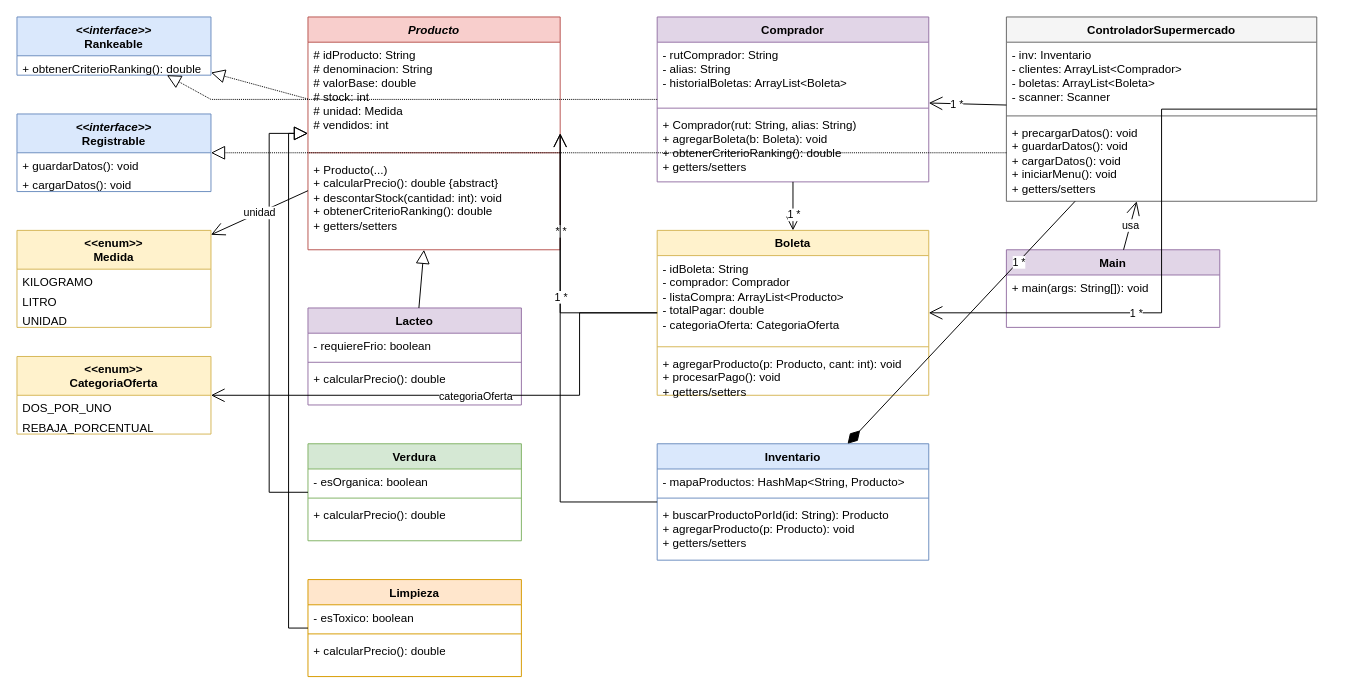
Earlier version of the draw.io diagram diagrama_clases.drawio (Sebiita/Proyecto-de-prograavanzada). Source tidied: cells renumbered, new cells numbered last; positions are measured from the earlier drawing's top-left corner, leaving out a move shared by most shapes. Both pictures are drawn from the tidied source at 97%, with x=0, y=0 at pixel (16, 16).
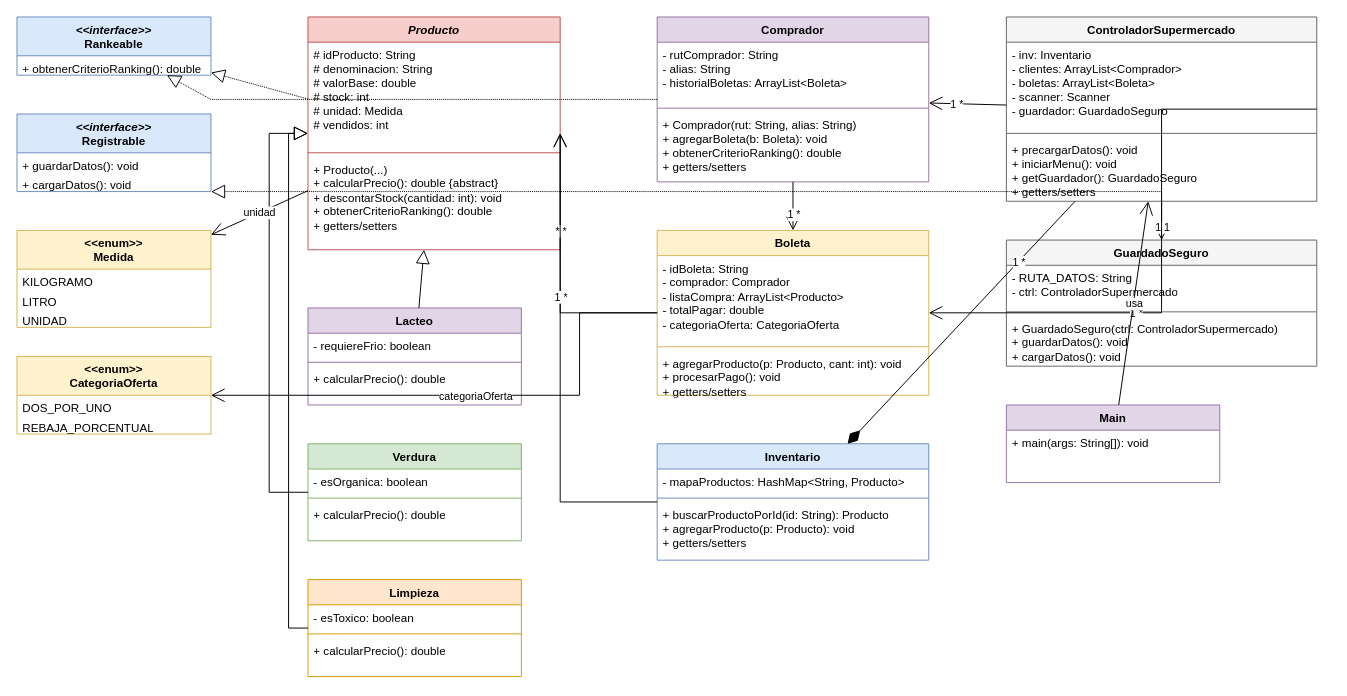
The same diagram, later.

Commit message (it also covers changes not shown here):
Actualiza diagrama UML e informe con clase GuardadoSeguro

The change refers to these unchanged cells:
```xml
<mxCell id="4" value="&lt;i&gt;&amp;lt;&amp;lt;interface&amp;gt;&amp;gt;&lt;/i&gt;&lt;br&gt;&lt;b&gt;Registrable&lt;/b&gt;" style="swimlane;fontStyle=1;align=center;verticalAlign=top;horizontal=1;startSize=40;whiteSpace=wrap;html=1;fillColor=#dae8fc;strokeColor=#6c8ebf;" parent="1" vertex="1">
  <mxGeometry y="100" width="200" height="80" as="geometry" />
</mxCell>
<mxCell id="42" value="&lt;b&gt;ControladorSupermercado&lt;/b&gt;" style="swimlane;fontStyle=1;align=center;verticalAlign=top;horizontal=1;startSize=26;whiteSpace=wrap;html=1;fillColor=#f5f5f5;strokeColor=#666666;" parent="1" vertex="1">
  <mxGeometry x="1020" width="320" height="190" as="geometry" />
</mxCell>
```

The edit, as a diff of the source:
```diff
@@
-    <mxCell id="43" value="- inv: Inventario&lt;br&gt;- clientes: ArrayList&amp;lt;Comprador&amp;gt;&lt;br&gt;- boletas: ArrayList&amp;lt;Boleta&amp;gt;&lt;br&gt;- scanner: Scanner" style="text;strokeColor=none;fillColor=none;align=left;verticalAlign=top;spacingLeft=4;spacingRight=4;overflow=hidden;whiteSpace=wrap;html=1;" parent="42" vertex="1">
-      <mxGeometry y="26" width="320" height="72" as="geometry" />
+    <mxCell id="43" value="- inv: Inventario&lt;br&gt;- clientes: ArrayList&amp;lt;Comprador&amp;gt;&lt;br&gt;- boletas: ArrayList&amp;lt;Boleta&amp;gt;&lt;br&gt;- scanner: Scanner&lt;br&gt;- guardador: GuardadoSeguro" style="text;strokeColor=none;fillColor=none;align=left;verticalAlign=top;spacingLeft=4;spacingRight=4;overflow=hidden;whiteSpace=wrap;html=1;" parent="42" vertex="1">
+      <mxGeometry y="26" width="320" height="90" as="geometry" />
     </mxCell>
     <mxCell id="44" style="line;strokeWidth=1;fillColor=none;align=left;verticalAlign=middle;spacingTop=-1;spacingLeft=3;spacingRight=3;labelPosition=right;strokeColor=inherit;" parent="42" vertex="1">
-      <mxGeometry y="98" width="320" height="8" as="geometry" />
+      <mxGeometry y="116" width="320" height="8" as="geometry" />
     </mxCell>
-    <mxCell id="45" value="+ precargarDatos(): void&lt;br&gt;+ guardarDatos(): void&lt;br&gt;+ cargarDatos(): void&lt;br&gt;+ iniciarMenu(): void&lt;br&gt;+ getters/setters" style="text;strokeColor=none;fillColor=none;align=left;verticalAlign=top;spacingLeft=4;spacingRight=4;overflow=hidden;whiteSpace=wrap;html=1;" parent="42" vertex="1">
-      <mxGeometry y="106" width="320" height="84" as="geometry" />
+    <mxCell id="45" value="+ precargarDatos(): void&lt;br&gt;+ iniciarMenu(): void&lt;br&gt;+ getGuardador(): GuardadoSeguro&lt;br&gt;+ getters/setters" style="text;strokeColor=none;fillColor=none;align=left;verticalAlign=top;spacingLeft=4;spacingRight=4;overflow=hidden;whiteSpace=wrap;html=1;" parent="42" vertex="1">
+      <mxGeometry y="124" width="320" height="66" as="geometry" />
     </mxCell>
+    <mxCell id="72" value="&lt;b&gt;GuardadoSeguro&lt;/b&gt;" style="swimlane;fontStyle=1;align=center;verticalAlign=top;horizontal=1;startSize=26;whiteSpace=wrap;html=1;fillColor=#f5f5f5;strokeColor=#666666;" parent="1" vertex="1">
+      <mxGeometry x="1020" y="230" width="320" height="130" as="geometry" />
+    </mxCell>
+    <mxCell id="73" value="- RUTA_DATOS: String&lt;br&gt;- ctrl: ControladorSupermercado" style="text;strokeColor=none;fillColor=none;align=left;verticalAlign=top;spacingLeft=4;spacingRight=4;overflow=hidden;whiteSpace=wrap;html=1;" parent="72" vertex="1">
+      <mxGeometry y="26" width="320" height="44" as="geometry" />
+    </mxCell>
+    <mxCell id="74" style="line;strokeWidth=1;fillColor=none;align=left;verticalAlign=middle;spacingTop=-1;spacingLeft=3;spacingRight=3;labelPosition=right;strokeColor=inherit;" parent="72" vertex="1">
+      <mxGeometry y="70" width="320" height="8" as="geometry" />
+    </mxCell>
+    <mxCell id="75" value="+ GuardadoSeguro(ctrl: ControladorSupermercado)&lt;br&gt;+ guardarDatos(): void&lt;br&gt;+ cargarDatos(): void" style="text;strokeColor=none;fillColor=none;align=left;verticalAlign=top;spacingLeft=4;spacingRight=4;overflow=hidden;whiteSpace=wrap;html=1;" parent="72" vertex="1">
+      <mxGeometry y="78" width="320" height="52" as="geometry" />
+    </mxCell>
     <mxCell id="46" value="&lt;b&gt;Main&lt;/b&gt;" style="swimlane;fontStyle=1;align=center;verticalAlign=top;horizontal=1;startSize=26;whiteSpace=wrap;html=1;fillColor=#e1d5e7;strokeColor=#9673a6;" parent="1" vertex="1">
-      <mxGeometry x="1020" y="240" width="220" height="80" as="geometry" />
+      <mxGeometry x="1020" y="400" width="220" height="80" as="geometry" />
     </mxCell>
@@
-    <mxCell id="50" style="endArrow=block;endFill=0;endSize=12;html=1;rounded=0;dashed=1;dashPattern=1 1;" parent="1" edge="1" source="42" target="4">
-      <mxGeometry relative="1" as="geometry">
-        <Array as="points">
-          <mxPoint x="1020" y="140" />
-          <mxPoint x="200" y="140" />
-        </Array>
-      </mxGeometry>
-    </mxCell>
+    <mxCell id="76" style="endArrow=block;endFill=0;endSize=12;html=1;rounded=0;dashed=1;dashPattern=1 1;" parent="1" edge="1" source="72" target="4">
+      <mxGeometry relative="1" as="geometry">
+        <Array as="points">
+          <mxPoint x="1180" y="230" />
+          <mxPoint x="1180" y="180" />
+          <mxPoint x="200" y="180" />
+        </Array>
+      </mxGeometry>
+    </mxCell>
+    <mxCell id="77" style="endArrow=open;endFill=0;endSize=12;html=1;rounded=0;" parent="1" edge="1" source="42" target="72">
+      <mxGeometry relative="1" as="geometry" />
+    </mxCell>
+    <mxCell id="78" value="1 1" style="edgeLabel;html=1;align=center;verticalAlign=middle;" parent="77" vertex="1">
+      <mxGeometry x="0.3" relative="1" as="geometry" />
+    </mxCell>
```
